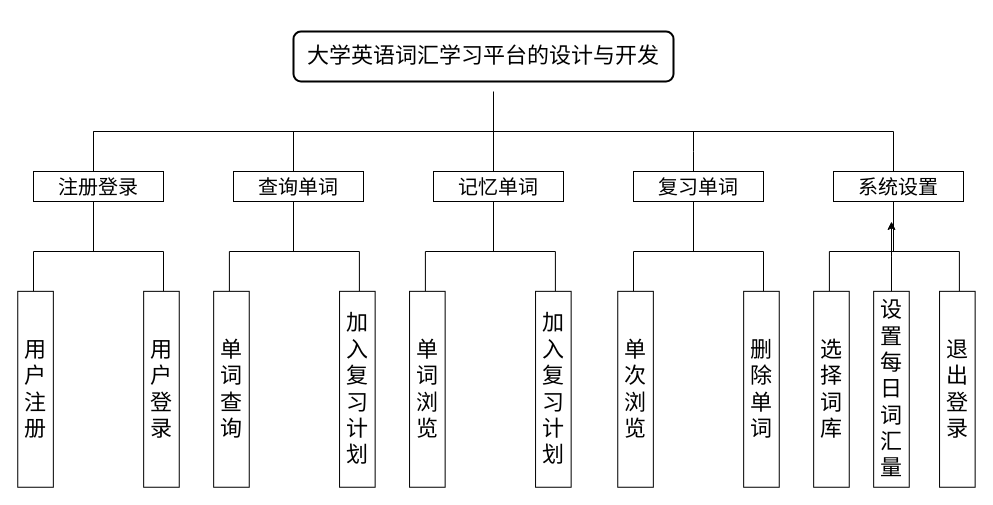
13593227471/HelloGitHub keeps this draw.io diagram as 功能模块图.drawio. Above is the earlier version. Source tidied: cells renumbered, new cells numbered last; positions are measured from the earlier drawing's top-left corner, leaving out a move shared by most shapes. Both pictures are drawn from the tidied source at 100%, with x=0, y=0 at pixel (-63, 31).
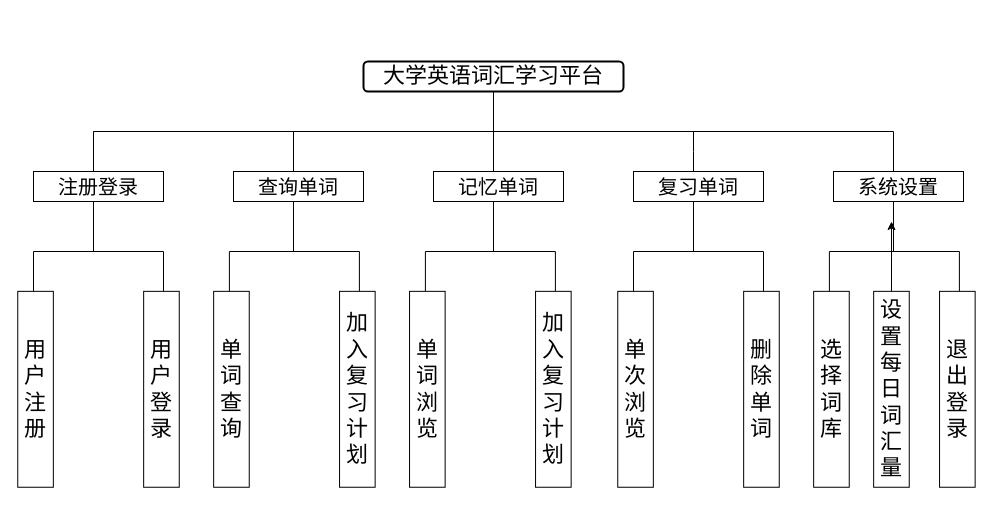
After the change.

Commit message:
更新功能模块图.drawio

The edit, as a diff of the source:
```diff
@@
-    <mxCell id="2" value="&lt;font style=&quot;font-size: 22px;&quot;&gt;&lt;br&gt;&lt;span&gt;大学英语词汇学习平台的设计与开发&lt;/span&gt;&lt;br&gt;&lt;br&gt;&lt;/font&gt;" style="whiteSpace=wrap;html=1;rounded=1;shadow=0;comic=0;strokeWidth=2;fontFamily=Verdana;align=center;fontSize=12;fontStyle=0;" parent="1" vertex="1">
-      <mxGeometry x="356" width="380" height="50" as="geometry" />
+    <mxCell id="2" value="&lt;font style=&quot;font-size: 22px;&quot;&gt;&lt;br&gt;&lt;span&gt;大学英语词汇学习平台&lt;/span&gt;&lt;br&gt;&lt;br&gt;&lt;/font&gt;" style="whiteSpace=wrap;html=1;rounded=1;shadow=0;comic=0;strokeWidth=2;fontFamily=Verdana;align=center;fontSize=12;fontStyle=0;" parent="1" vertex="1">
+      <mxGeometry x="426" y="30" width="260" height="30" as="geometry" />
     </mxCell>
```
